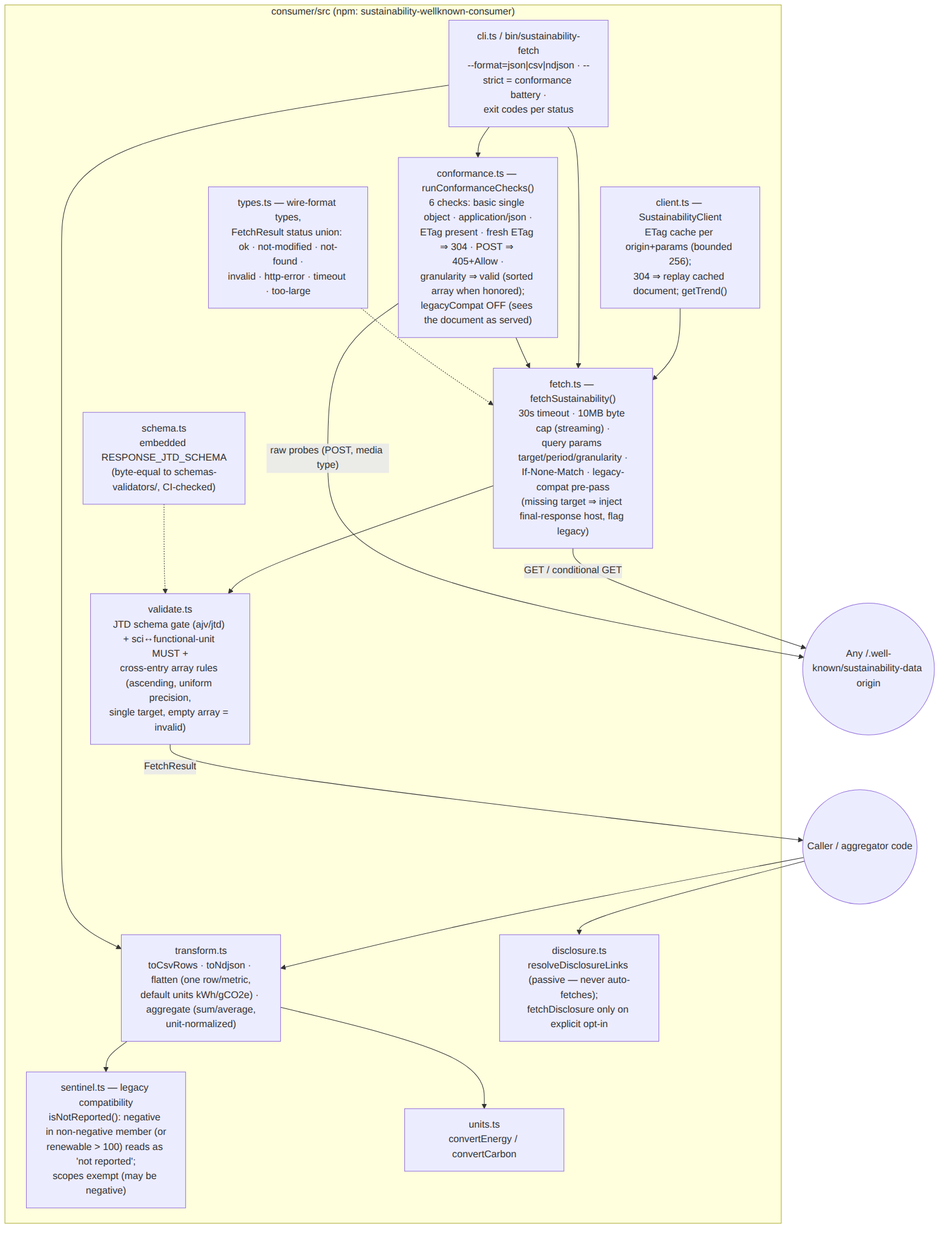
Above: architecture/images/c4-component-consumer.png in andreibesleaga/rfc-sustainability-wellknown (Mermaid), before the change. Its source is kept beside it as architecture/diagrams/c4-component-consumer.mmd.
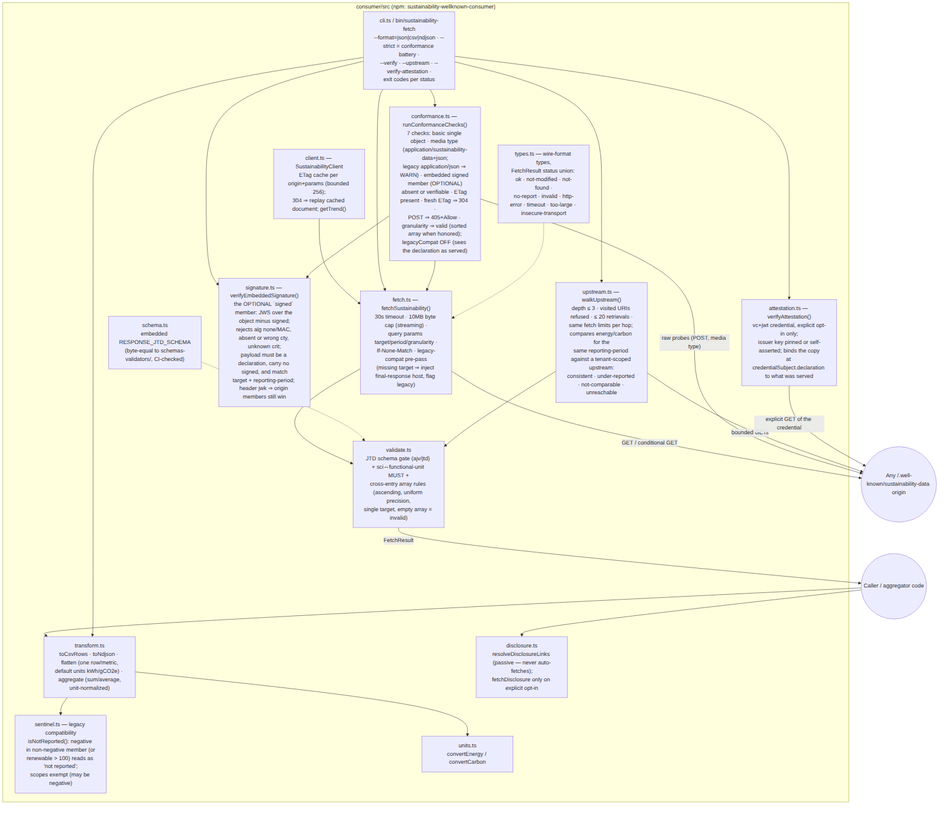
Later version of the same file.

Change to the diagram source:
```diff
@@ -10,10 +10,13 @@
         UNITS["units.ts<br/>convertEnergy / convertCarbon"]
         TRANS["transform.ts<br/>toCsvRows · toNdjson · flatten (one row/metric,<br/>default units kWh/gCO2e) · aggregate (sum/average,<br/>unit-normalized)"]
         CLIENT2["client.ts — SustainabilityClient<br/>ETag cache per origin+params (bounded 256);<br/>304 ⇒ replay cached document; getTrend()"]
-        CONF["conformance.ts — runConformanceChecks()<br/>6 checks: basic single object · application/json ·<br/>ETag present · fresh ETag ⇒ 304 · POST ⇒ 405+Allow ·<br/>granularity ⇒ valid (sorted array when honored);<br/>legacyCompat OFF (sees the document as served)"]
+        CONF["conformance.ts — runConformanceChecks()<br/>7 checks: basic single object · media type (application/sustainability-data+json;<br/>legacy application/json ⇒ WARN) · embedded signed member (OPTIONAL)<br/>absent or verifiable · ETag present · fresh ETag ⇒ 304 ·<br/>POST ⇒ 405+Allow · granularity ⇒ valid (sorted array when honored);<br/>legacyCompat OFF (sees the declaration as served)"]
         DISC["disclosure.ts<br/>resolveDisclosureLinks (passive — never auto-fetches);<br/>fetchDisclosure only on explicit opt-in"]
-        CLI3["cli.ts / bin/sustainability-fetch<br/>--format=json|csv|ndjson · --strict = conformance battery ·<br/>exit codes per status"]
-        TYPES["types.ts — wire-format types,<br/>FetchResult status union: ok · not-modified · not-found ·<br/>invalid · http-error · timeout · too-large"]
+        SIG["signature.ts — verifyEmbeddedSignature()<br/>the OPTIONAL `signed` member: JWS over the object minus signed;<br/>rejects alg none/MAC, absent or wrong cty, unknown crit;<br/>payload must be a declaration, carry no signed, and match<br/>target + reporting-period; header jwk ⇒ origin members still win"]
+        UPS["upstream.ts — walkUpstream()<br/>depth ≤ 3 · visited URIs refused · ≤ 20 retrievals ·<br/>same fetch limits per hop; compares energy/carbon for the<br/>same reporting-period against a tenant-scoped upstream:<br/>consistent · under-reported · not-comparable · unreachable"]
+        ATT["attestation.ts — verifyAttestation()<br/>vc+jwt credential, explicit opt-in only;<br/>issuer key pinned or self-asserted; binds the copy<br/>at credentialSubject.declaration to what was served"]
+        CLI3["cli.ts / bin/sustainability-fetch<br/>--format=json|csv|ndjson · --strict = conformance battery ·<br/>--verify · --upstream · --verify-attestation ·<br/>exit codes per status"]
+        TYPES["types.ts — wire-format types,<br/>FetchResult status union: ok · not-modified · not-found ·<br/>no-report · invalid · http-error · timeout · too-large · insecure-transport"]
     end
 
     APP(("Caller / aggregator code"))
@@ -26,7 +29,14 @@
     CLIENT2 --> FETCH
     CLI3 --> FETCH
     CLI3 --> CONF
+    CLI3 --> SIG
+    CLI3 --> UPS
+    CLI3 --> ATT
     CONF --> FETCH
+    CONF --> SIG
+    UPS -- "bounded GETs" --> ORIGIN
+    ATT -- "explicit GET of the credential" --> ORIGIN
+    UPS --> VAL2
     APP --> TRANS
     TRANS --> SENT
     TRANS --> UNITS
```
